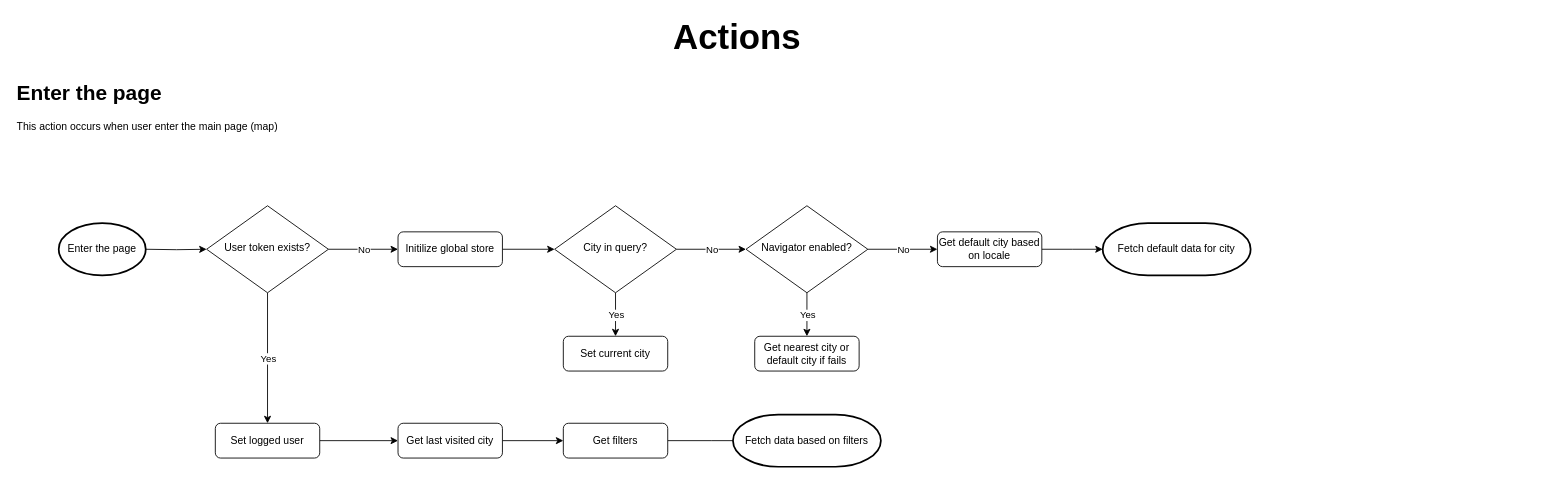
This is docs/Actions.drawio from Pietrzaaq/what-plans, a draw.io file, before an edit. Source tidied: cells renumbered, new cells numbered last; positions are measured from the earlier drawing's top-left corner, leaving out a move shared by most shapes. Both pictures are drawn from the tidied source at 87%, with x=0, y=0 at pixel (15, 23).
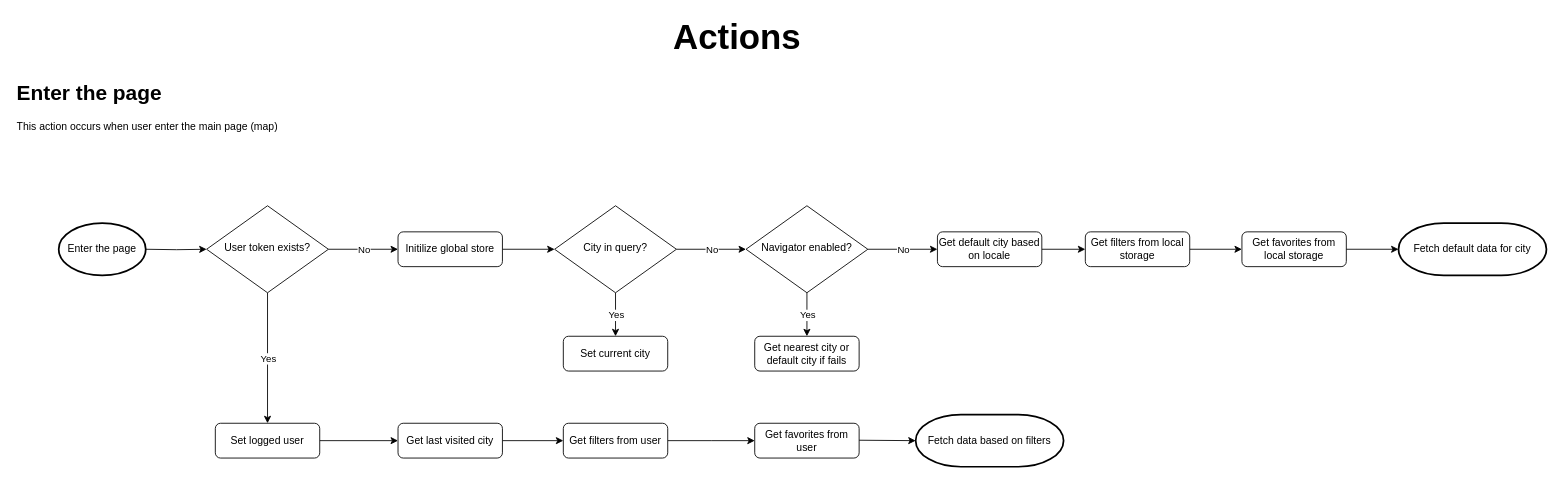
The same diagram, later.

Commit message (it also covers changes not shown here):
Added favorites store and button

Unchanged cells that the change refers to:
```xml
<mxCell id="26" value="Get default city based on locale" style="rounded=1;whiteSpace=wrap;html=1;fontSize=12;glass=0;strokeWidth=1;shadow=0;" parent="1" vertex="1">
  <mxGeometry x="1060" y="240" width="120" height="40" as="geometry" />
</mxCell>
```

What changed in the source:
```diff
@@
-    <mxCell id="25" style="edgeStyle=orthogonalEdgeStyle;rounded=0;jettySize=auto;html=1;entryX=0;entryY=0.5;entryDx=0;entryDy=0;" parent="1" edge="1" source="26">
-      <mxGeometry relative="1" as="geometry">
-        <mxPoint x="1250" y="260" as="targetPoint" />
-      </mxGeometry>
+    <mxCell id="25" style="edgeStyle=orthogonalEdgeStyle;rounded=0;jettySize=auto;html=1;entryX=0;entryY=0.5;entryDx=0;entryDy=0;" parent="1" edge="1" source="26" target="38">
+      <mxGeometry relative="1" as="geometry" />
     </mxCell>
@@
-    <mxCell id="30" value="Get filters" style="rounded=1;whiteSpace=wrap;html=1;fontSize=12;glass=0;strokeWidth=1;shadow=0;" parent="1" vertex="1">
+    <mxCell id="30" value="Get filters from user" style="rounded=1;whiteSpace=wrap;html=1;fontSize=12;glass=0;strokeWidth=1;shadow=0;" parent="1" vertex="1">
       <mxGeometry x="630" y="460" width="120" height="40" as="geometry" />
     </mxCell>
@@
     <mxCell id="33" value="Fetch data based on filters" style="strokeWidth=2;html=1;shape=mxgraph.flowchart.terminator;whiteSpace=wrap;" parent="1" vertex="1">
-      <mxGeometry x="825" y="450" width="170" height="60" as="geometry" />
+      <mxGeometry x="1035" y="450" width="170" height="60" as="geometry" />
     </mxCell>
     <mxCell id="34" value="Fetch default data for city" style="strokeWidth=2;html=1;shape=mxgraph.flowchart.terminator;whiteSpace=wrap;" parent="1" vertex="1">
-      <mxGeometry x="1250" y="230" width="170" height="60" as="geometry" />
+      <mxGeometry x="1590" y="230" width="170" height="60" as="geometry" />
     </mxCell>
+    <mxCell id="35" value="Get favorites from user" style="rounded=1;whiteSpace=wrap;html=1;fontSize=12;glass=0;strokeWidth=1;shadow=0;" parent="1" vertex="1">
+      <mxGeometry x="850" y="460" width="120" height="40" as="geometry" />
+    </mxCell>
+    <mxCell id="36" style="edgeStyle=orthogonalEdgeStyle;rounded=0;jettySize=auto;html=1;entryX=0;entryY=0.5;entryDx=0;entryDy=0;entryPerimeter=0;" parent="1" edge="1" target="33">
+      <mxGeometry relative="1" as="geometry">
+        <mxPoint x="970" y="479.5" as="sourcePoint" />
+      </mxGeometry>
+    </mxCell>
+    <mxCell id="37" style="edgeStyle=orthogonalEdgeStyle;rounded=0;jettySize=auto;html=1;entryX=0;entryY=0.5;entryDx=0;entryDy=0;" parent="1" edge="1" source="38" target="39">
+      <mxGeometry relative="1" as="geometry" />
+    </mxCell>
+    <mxCell id="38" value="Get filters from local storage" style="rounded=1;whiteSpace=wrap;html=1;fontSize=12;glass=0;strokeWidth=1;shadow=0;" parent="1" vertex="1">
+      <mxGeometry x="1230" y="240" width="120" height="40" as="geometry" />
+    </mxCell>
+    <mxCell id="39" value="Get favorites from local storage" style="rounded=1;whiteSpace=wrap;html=1;fontSize=12;glass=0;strokeWidth=1;shadow=0;" parent="1" vertex="1">
+      <mxGeometry x="1410" y="240" width="120" height="40" as="geometry" />
+    </mxCell>
+    <mxCell id="40" style="edgeStyle=orthogonalEdgeStyle;rounded=0;jettySize=auto;html=1;entryX=0;entryY=0.5;entryDx=0;entryDy=0;entryPerimeter=0;" parent="1" edge="1" source="39" target="34">
+      <mxGeometry relative="1" as="geometry" />
+    </mxCell>
```
